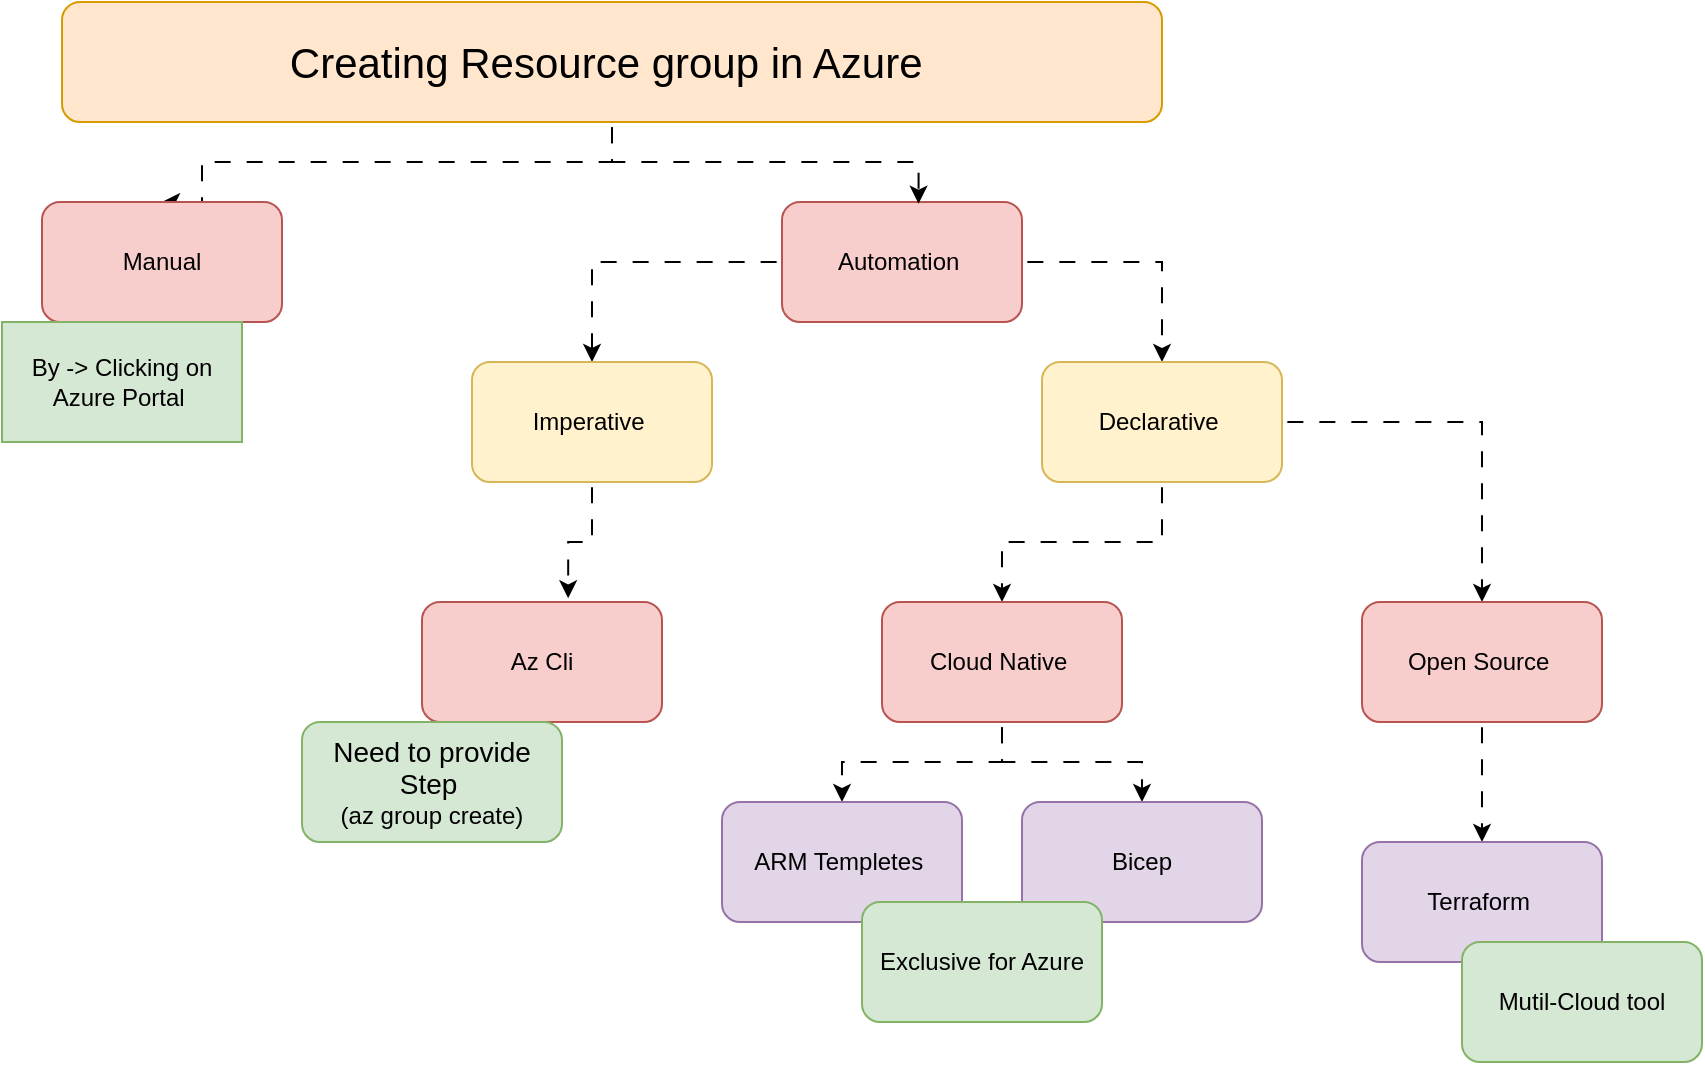
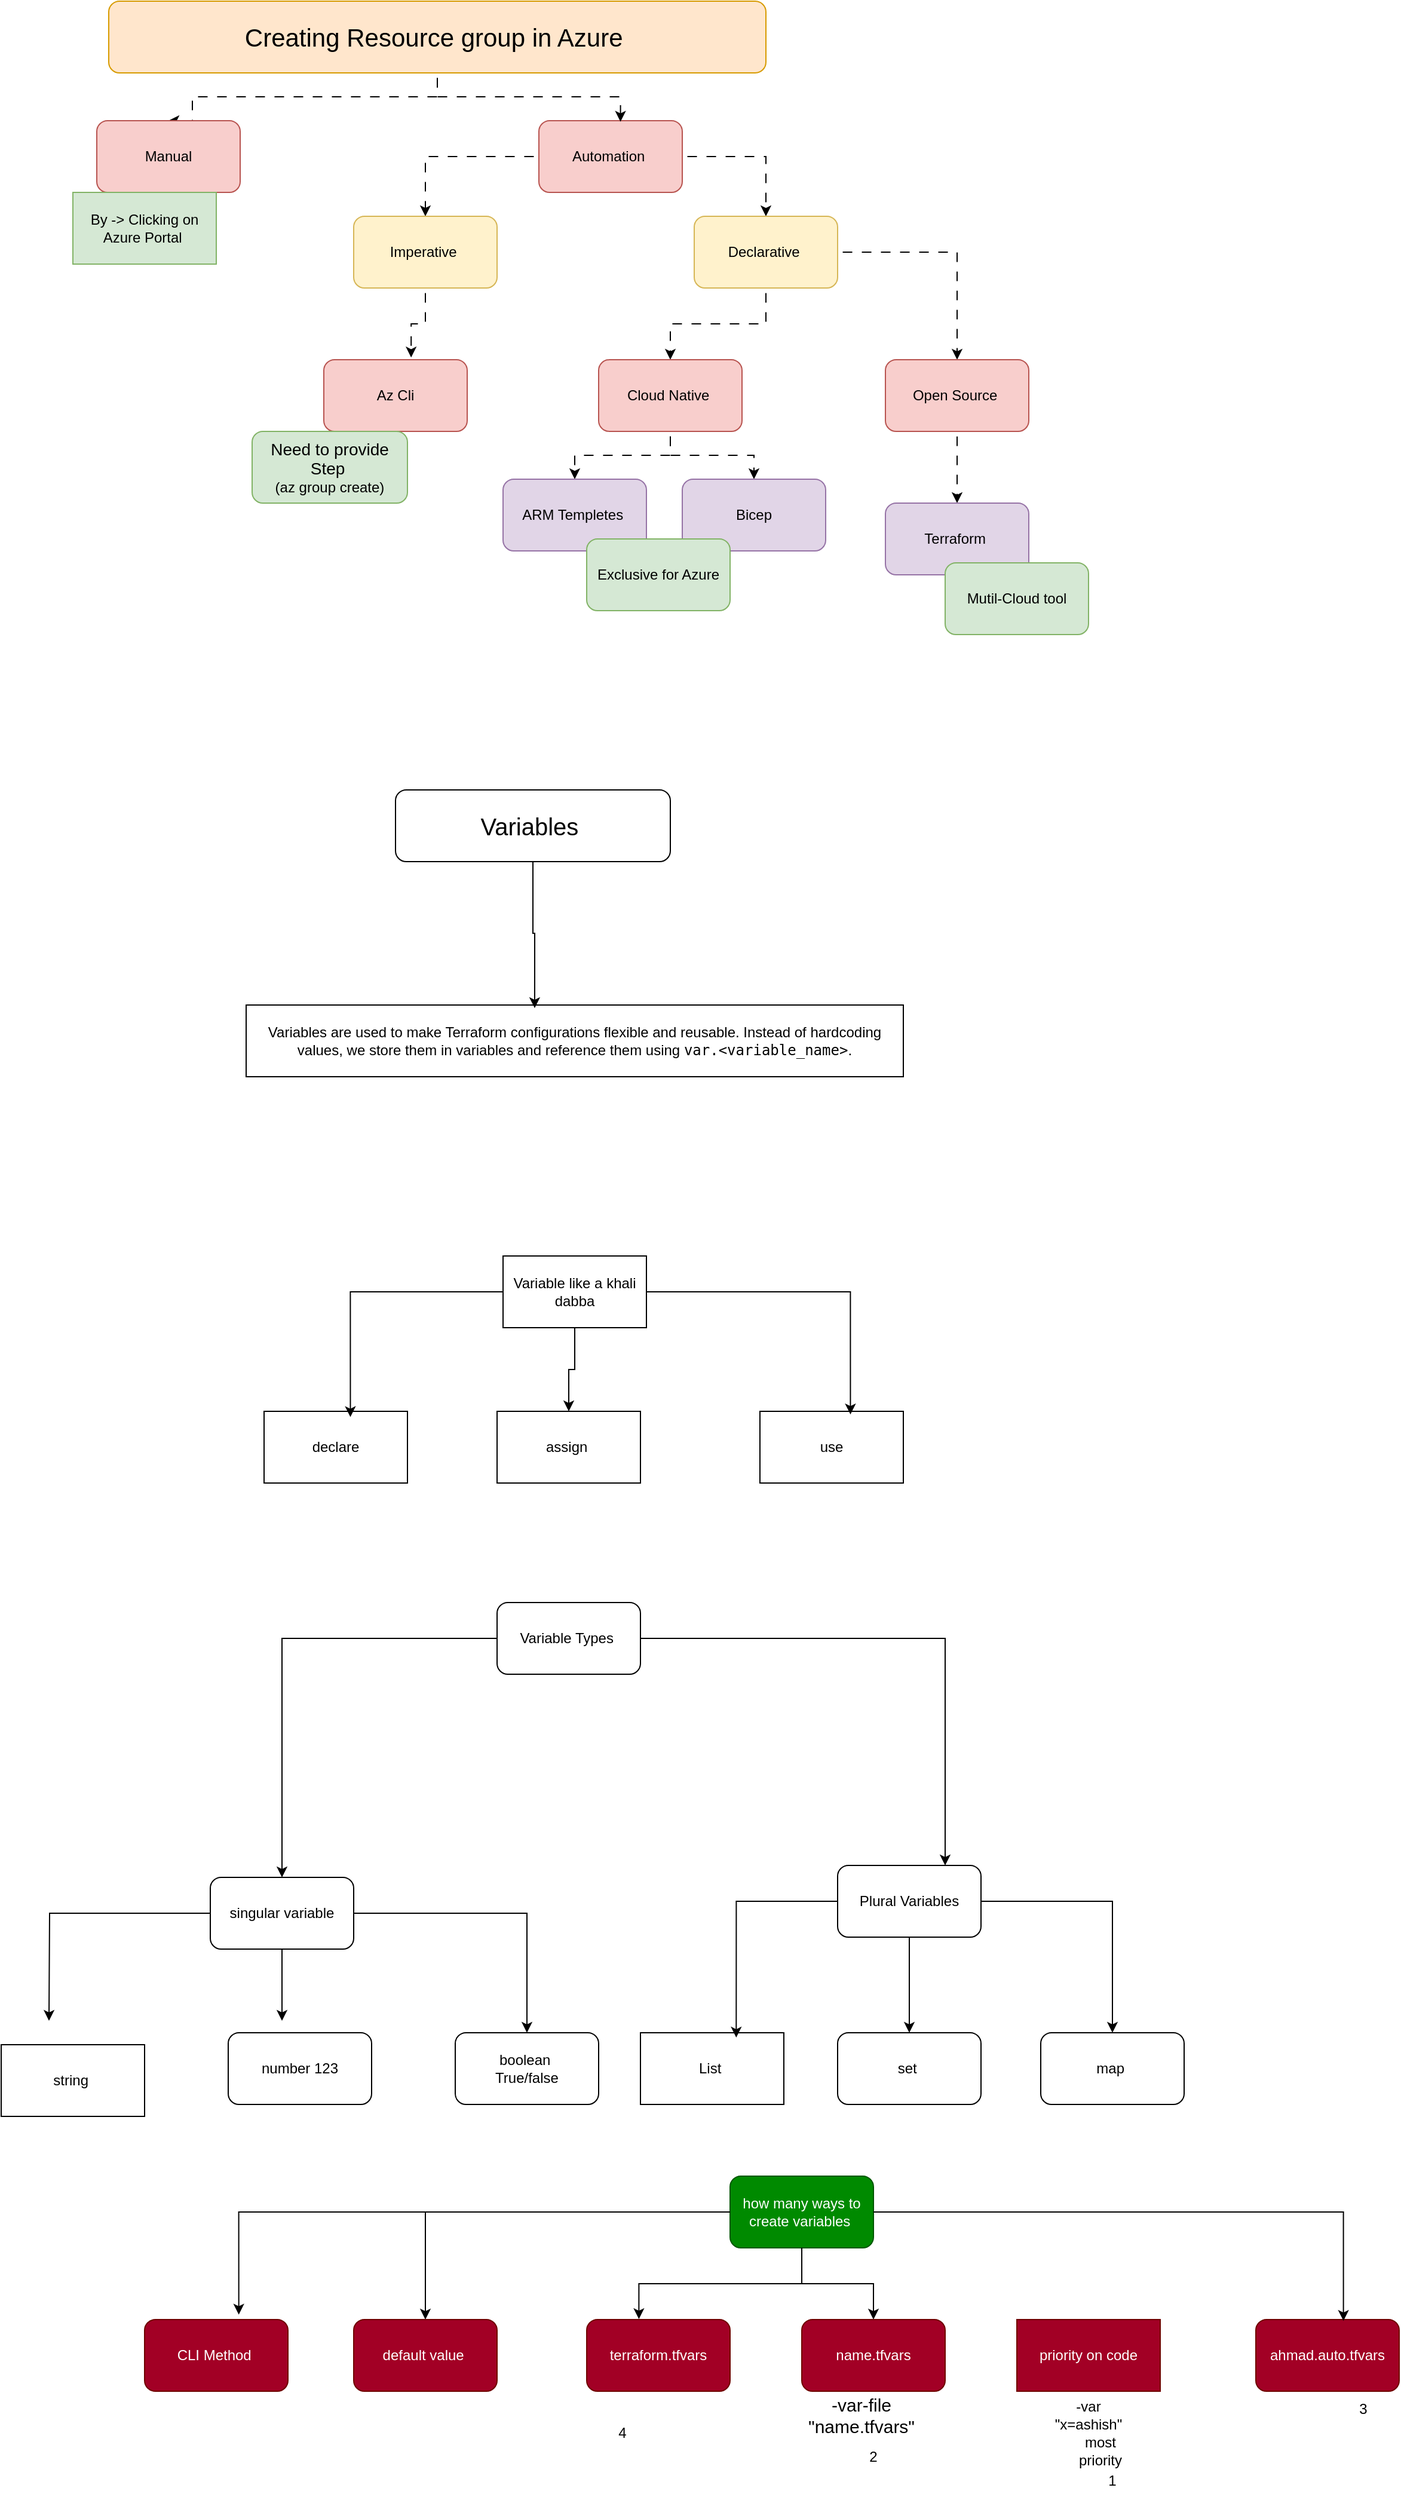
- <mxfile host="Electron" agent="Mozilla/5.0 (Windows NT 10.0; Win64; x64) AppleWebKit/537.36 (KHTML, like Gecko) draw.io/29.6.1 Chrome/142.0.7444.265 Electron/39.8.0 Safari/537.36" version="29.6.1">
+ <mxfile host="Electron" agent="Mozilla/5.0 (Windows NT 10.0; Win64; x64) AppleWebKit/537.36 (KHTML, like Gecko) draw.io/29.6.1 Chrome/142.0.7444.265 Electron/39.8.0 Safari/537.36">
  <diagram name="Page-1" id="t90AbW-xpnwmRSRHiNUB">
-     <mxGraphModel dx="1047" dy="688" grid="1" gridSize="10" guides="1" tooltips="1" connect="1" arrows="1" fold="1" page="1" pageScale="1" pageWidth="850" pageHeight="1100" math="0" shadow="0">
+     <mxGraphModel dx="860" dy="573" grid="1" gridSize="10" guides="1" tooltips="1" connect="1" arrows="1" fold="1" page="1" pageScale="1" pageWidth="850" pageHeight="1100" math="0" shadow="0">
      <root>
        <mxCell id="0" />
        <mxCell id="1" parent="0" />
        <mxCell id="h9ab34tvABGafkXSSzTq-6" edge="1" parent="1" source="h9ab34tvABGafkXSSzTq-3" style="edgeStyle=orthogonalEdgeStyle;rounded=0;orthogonalLoop=1;jettySize=auto;html=1;entryX=0.5;entryY=0;entryDx=0;entryDy=0;flowAnimation=1;" target="h9ab34tvABGafkXSSzTq-4">
          <mxGeometry relative="1" as="geometry">
            <Array as="points">
              <mxPoint x="435" y="260" />
              <mxPoint x="230" y="260" />
              <mxPoint x="230" y="280" />
            </Array>
          </mxGeometry>
        </mxCell>
        <mxCell id="h9ab34tvABGafkXSSzTq-3" parent="1" style="rounded=1;whiteSpace=wrap;html=1;fillColor=#ffe6cc;strokeColor=#d79b00;" value="&lt;font style=&quot;font-size: 21px;&quot;&gt;Creating Resource group in Azure&amp;nbsp;&lt;/font&gt;" vertex="1">
          <mxGeometry height="60" width="550" x="160" y="180" as="geometry" />
        </mxCell>
        <mxCell id="h9ab34tvABGafkXSSzTq-4" parent="1" style="rounded=1;whiteSpace=wrap;html=1;fillColor=#f8cecc;strokeColor=#b85450;" value="Manual" vertex="1">
          <mxGeometry height="60" width="120" x="150" y="280" as="geometry" />
        </mxCell>
        <mxCell id="h9ab34tvABGafkXSSzTq-17" edge="1" parent="1" source="h9ab34tvABGafkXSSzTq-5" style="edgeStyle=orthogonalEdgeStyle;rounded=0;orthogonalLoop=1;jettySize=auto;html=1;flowAnimation=1;" target="h9ab34tvABGafkXSSzTq-9">
          <mxGeometry relative="1" as="geometry" />
        </mxCell>
        <mxCell id="h9ab34tvABGafkXSSzTq-5" parent="1" style="rounded=1;whiteSpace=wrap;html=1;fillColor=#f8cecc;strokeColor=#b85450;" value="Automation&amp;nbsp;" vertex="1">
          <mxGeometry height="60" width="120" x="520" y="280" as="geometry" />
        </mxCell>
        <mxCell id="h9ab34tvABGafkXSSzTq-7" edge="1" parent="1" source="h9ab34tvABGafkXSSzTq-3" style="edgeStyle=orthogonalEdgeStyle;rounded=0;orthogonalLoop=1;jettySize=auto;html=1;entryX=0.569;entryY=0.014;entryDx=0;entryDy=0;entryPerimeter=0;flowAnimation=1;" target="h9ab34tvABGafkXSSzTq-5">
          <mxGeometry relative="1" as="geometry" />
        </mxCell>
        <mxCell id="h9ab34tvABGafkXSSzTq-8" parent="1" style="rounded=0;whiteSpace=wrap;html=1;fillColor=#d5e8d4;strokeColor=#82b366;" value="By -&amp;gt; Clicking on Azure Portal&amp;nbsp;" vertex="1">
          <mxGeometry height="60" width="120" x="130" y="340" as="geometry" />
        </mxCell>
        <mxCell id="h9ab34tvABGafkXSSzTq-9" parent="1" style="rounded=1;whiteSpace=wrap;html=1;fillColor=#fff2cc;strokeColor=#d6b656;" value="Imperative&amp;nbsp;" vertex="1">
          <mxGeometry height="60" width="120" x="365" y="360" as="geometry" />
        </mxCell>
        <mxCell id="h9ab34tvABGafkXSSzTq-21" edge="1" parent="1" source="h9ab34tvABGafkXSSzTq-11" style="edgeStyle=orthogonalEdgeStyle;rounded=0;orthogonalLoop=1;jettySize=auto;html=1;flowAnimation=1;" target="h9ab34tvABGafkXSSzTq-14">
          <mxGeometry relative="1" as="geometry" />
        </mxCell>
        <mxCell id="h9ab34tvABGafkXSSzTq-26" edge="1" parent="1" source="h9ab34tvABGafkXSSzTq-11" style="edgeStyle=orthogonalEdgeStyle;rounded=0;orthogonalLoop=1;jettySize=auto;html=1;flowAnimation=1;" target="h9ab34tvABGafkXSSzTq-25">
          <mxGeometry relative="1" as="geometry" />
        </mxCell>
        <mxCell id="h9ab34tvABGafkXSSzTq-12" parent="1" style="rounded=1;whiteSpace=wrap;html=1;fillColor=#f8cecc;strokeColor=#b85450;" value="Az Cli" vertex="1">
          <mxGeometry height="60" width="120" x="340" y="480" as="geometry" />
        </mxCell>
        <mxCell id="h9ab34tvABGafkXSSzTq-22" edge="1" parent="1" source="h9ab34tvABGafkXSSzTq-14" style="edgeStyle=orthogonalEdgeStyle;rounded=0;orthogonalLoop=1;jettySize=auto;html=1;entryX=0.5;entryY=0;entryDx=0;entryDy=0;flowAnimation=1;" target="h9ab34tvABGafkXSSzTq-15">
          <mxGeometry relative="1" as="geometry" />
        </mxCell>
        <mxCell id="h9ab34tvABGafkXSSzTq-14" parent="1" style="rounded=1;whiteSpace=wrap;html=1;fillColor=#f8cecc;strokeColor=#b85450;" value="Open Source&amp;nbsp;" vertex="1">
          <mxGeometry height="60" width="120" x="810" y="480" as="geometry" />
        </mxCell>
        <mxCell id="h9ab34tvABGafkXSSzTq-15" parent="1" style="rounded=1;whiteSpace=wrap;html=1;fillColor=#e1d5e7;strokeColor=#9673a6;" value="Terraform&amp;nbsp;" vertex="1">
          <mxGeometry height="60" width="120" x="810" y="600" as="geometry" />
        </mxCell>
        <mxCell id="h9ab34tvABGafkXSSzTq-19" edge="1" parent="1" source="h9ab34tvABGafkXSSzTq-9" style="edgeStyle=orthogonalEdgeStyle;rounded=0;orthogonalLoop=1;jettySize=auto;html=1;entryX=0.609;entryY=-0.031;entryDx=0;entryDy=0;entryPerimeter=0;flowAnimation=1;" target="h9ab34tvABGafkXSSzTq-12">
          <mxGeometry relative="1" as="geometry" />
        </mxCell>
        <mxCell id="h9ab34tvABGafkXSSzTq-23" parent="1" style="rounded=1;whiteSpace=wrap;html=1;fillColor=#d5e8d4;strokeColor=#82b366;" value="&lt;font style=&quot;font-size: 14px;&quot;&gt;Need to provide Step&lt;/font&gt;&amp;nbsp;&lt;div&gt;(az group create)&lt;/div&gt;" vertex="1">
          <mxGeometry height="60" width="130" x="280" y="540" as="geometry" />
        </mxCell>
        <mxCell id="h9ab34tvABGafkXSSzTq-29" edge="1" parent="1" source="h9ab34tvABGafkXSSzTq-25" style="edgeStyle=orthogonalEdgeStyle;rounded=0;orthogonalLoop=1;jettySize=auto;html=1;entryX=0.5;entryY=0;entryDx=0;entryDy=0;flowAnimation=1;" target="h9ab34tvABGafkXSSzTq-27">
          <mxGeometry relative="1" as="geometry" />
        </mxCell>
        <mxCell id="h9ab34tvABGafkXSSzTq-30" edge="1" parent="1" source="h9ab34tvABGafkXSSzTq-25" style="edgeStyle=orthogonalEdgeStyle;rounded=0;orthogonalLoop=1;jettySize=auto;html=1;entryX=0.5;entryY=0;entryDx=0;entryDy=0;flowAnimation=1;" target="h9ab34tvABGafkXSSzTq-28">
          <mxGeometry relative="1" as="geometry" />
        </mxCell>
        <mxCell id="h9ab34tvABGafkXSSzTq-25" parent="1" style="rounded=1;whiteSpace=wrap;html=1;fillColor=#f8cecc;strokeColor=#b85450;" value="Cloud Native&amp;nbsp;" vertex="1">
          <mxGeometry height="60" width="120" x="570" y="480" as="geometry" />
        </mxCell>
        <mxCell id="h9ab34tvABGafkXSSzTq-27" parent="1" style="rounded=1;whiteSpace=wrap;html=1;fillColor=#e1d5e7;strokeColor=#9673a6;" value="ARM Templetes&amp;nbsp;" vertex="1">
          <mxGeometry height="60" width="120" x="490" y="580" as="geometry" />
        </mxCell>
        <mxCell id="h9ab34tvABGafkXSSzTq-28" parent="1" style="rounded=1;whiteSpace=wrap;html=1;fillColor=#e1d5e7;strokeColor=#9673a6;" value="Bicep" vertex="1">
          <mxGeometry height="60" width="120" x="640" y="580" as="geometry" />
        </mxCell>
        <mxCell id="h9ab34tvABGafkXSSzTq-31" parent="1" style="rounded=1;whiteSpace=wrap;html=1;fillColor=#d5e8d4;strokeColor=#82b366;" value="Exclusive for Azure" vertex="1">
          <mxGeometry height="60" width="120" x="560" y="630" as="geometry" />
        </mxCell>
        <mxCell id="h9ab34tvABGafkXSSzTq-32" parent="1" style="rounded=1;whiteSpace=wrap;html=1;fillColor=#d5e8d4;strokeColor=#82b366;" value="Mutil-Cloud tool" vertex="1">
          <mxGeometry height="60" width="120" x="860" y="650" as="geometry" />
        </mxCell>
        <mxCell id="h9ab34tvABGafkXSSzTq-33" edge="1" parent="1" source="h9ab34tvABGafkXSSzTq-5" style="edgeStyle=orthogonalEdgeStyle;rounded=0;orthogonalLoop=1;jettySize=auto;html=1;flowAnimation=1;" target="h9ab34tvABGafkXSSzTq-11" value="">
          <mxGeometry relative="1" as="geometry">
            <mxPoint x="640" y="310" as="sourcePoint" />
            <mxPoint x="720" y="430" as="targetPoint" />
          </mxGeometry>
        </mxCell>
        <mxCell id="h9ab34tvABGafkXSSzTq-11" parent="1" style="rounded=1;whiteSpace=wrap;html=1;fillColor=#fff2cc;strokeColor=#d6b656;" value="Declarative&amp;nbsp;" vertex="1">
          <mxGeometry height="60" width="120" x="650" y="360" as="geometry" />
        </mxCell>
+         <mxCell id="_iRdZ2j_IkCnTiHu6vMu-1" parent="1" style="rounded=1;whiteSpace=wrap;html=1;" value="&lt;font style=&quot;font-size: 20px;&quot;&gt;Variables&amp;nbsp;&lt;/font&gt;" vertex="1">
+           <mxGeometry height="60" width="230" x="400" y="840" as="geometry" />
+         </mxCell>
+         <mxCell id="_iRdZ2j_IkCnTiHu6vMu-2" parent="1" style="rounded=0;whiteSpace=wrap;html=1;" value="Variables are used to make Terraform configurations flexible and reusable. Instead of hardcoding values, we store them in variables and reference them using &lt;code data-start=&quot;1993&quot; data-end=&quot;2014&quot;&gt;var.&amp;lt;variable_name&amp;gt;&lt;/code&gt;." vertex="1">
+           <mxGeometry height="60" width="550" x="275" y="1020" as="geometry" />
+         </mxCell>
+         <mxCell id="_iRdZ2j_IkCnTiHu6vMu-3" edge="1" parent="1" source="_iRdZ2j_IkCnTiHu6vMu-1" style="edgeStyle=orthogonalEdgeStyle;rounded=0;orthogonalLoop=1;jettySize=auto;html=1;entryX=0.439;entryY=0.043;entryDx=0;entryDy=0;entryPerimeter=0;" target="_iRdZ2j_IkCnTiHu6vMu-2">
+           <mxGeometry relative="1" as="geometry" />
+         </mxCell>
+         <mxCell id="_iRdZ2j_IkCnTiHu6vMu-9" edge="1" parent="1" source="_iRdZ2j_IkCnTiHu6vMu-4" style="edgeStyle=orthogonalEdgeStyle;rounded=0;orthogonalLoop=1;jettySize=auto;html=1;entryX=0.5;entryY=0;entryDx=0;entryDy=0;" target="_iRdZ2j_IkCnTiHu6vMu-6">
+           <mxGeometry relative="1" as="geometry" />
+         </mxCell>
+         <mxCell id="_iRdZ2j_IkCnTiHu6vMu-4" parent="1" style="rounded=0;whiteSpace=wrap;html=1;" value="Variable like a khali dabba" vertex="1">
+           <mxGeometry height="60" width="120" x="490" y="1230" as="geometry" />
+         </mxCell>
+         <mxCell id="_iRdZ2j_IkCnTiHu6vMu-5" parent="1" style="rounded=0;whiteSpace=wrap;html=1;" value="declare" vertex="1">
+           <mxGeometry height="60" width="120" x="290" y="1360" as="geometry" />
+         </mxCell>
+         <mxCell id="_iRdZ2j_IkCnTiHu6vMu-6" parent="1" style="rounded=0;whiteSpace=wrap;html=1;" value="assign&amp;nbsp;" vertex="1">
+           <mxGeometry height="60" width="120" x="485" y="1360" as="geometry" />
+         </mxCell>
+         <mxCell id="_iRdZ2j_IkCnTiHu6vMu-7" parent="1" style="rounded=0;whiteSpace=wrap;html=1;" value="use" vertex="1">
+           <mxGeometry height="60" width="120" x="705" y="1360" as="geometry" />
+         </mxCell>
+         <mxCell id="_iRdZ2j_IkCnTiHu6vMu-8" edge="1" parent="1" source="_iRdZ2j_IkCnTiHu6vMu-4" style="edgeStyle=orthogonalEdgeStyle;rounded=0;orthogonalLoop=1;jettySize=auto;html=1;entryX=0.602;entryY=0.08;entryDx=0;entryDy=0;entryPerimeter=0;" target="_iRdZ2j_IkCnTiHu6vMu-5">
+           <mxGeometry relative="1" as="geometry" />
+         </mxCell>
+         <mxCell id="_iRdZ2j_IkCnTiHu6vMu-10" edge="1" parent="1" source="_iRdZ2j_IkCnTiHu6vMu-4" style="edgeStyle=orthogonalEdgeStyle;rounded=0;orthogonalLoop=1;jettySize=auto;html=1;entryX=0.631;entryY=0.043;entryDx=0;entryDy=0;entryPerimeter=0;" target="_iRdZ2j_IkCnTiHu6vMu-7">
+           <mxGeometry relative="1" as="geometry" />
+         </mxCell>
+         <mxCell id="_iRdZ2j_IkCnTiHu6vMu-14" edge="1" parent="1" source="_iRdZ2j_IkCnTiHu6vMu-11" style="edgeStyle=orthogonalEdgeStyle;rounded=0;orthogonalLoop=1;jettySize=auto;html=1;" target="_iRdZ2j_IkCnTiHu6vMu-12">
+           <mxGeometry relative="1" as="geometry" />
+         </mxCell>
+         <mxCell id="_iRdZ2j_IkCnTiHu6vMu-15" edge="1" parent="1" source="_iRdZ2j_IkCnTiHu6vMu-11" style="edgeStyle=orthogonalEdgeStyle;rounded=0;orthogonalLoop=1;jettySize=auto;html=1;entryX=0.75;entryY=0;entryDx=0;entryDy=0;" target="_iRdZ2j_IkCnTiHu6vMu-13">
+           <mxGeometry relative="1" as="geometry" />
+         </mxCell>
+         <mxCell id="_iRdZ2j_IkCnTiHu6vMu-11" parent="1" style="rounded=1;whiteSpace=wrap;html=1;" value="Variable Types&amp;nbsp;" vertex="1">
+           <mxGeometry height="60" width="120" x="485" y="1520" as="geometry" />
+         </mxCell>
+         <mxCell id="_iRdZ2j_IkCnTiHu6vMu-19" edge="1" parent="1" source="_iRdZ2j_IkCnTiHu6vMu-12" style="edgeStyle=orthogonalEdgeStyle;rounded=0;orthogonalLoop=1;jettySize=auto;html=1;">
+           <mxGeometry relative="1" as="geometry">
+             <mxPoint x="110" y="1870.0000000000005" as="targetPoint" />
+           </mxGeometry>
+         </mxCell>
+         <mxCell id="_iRdZ2j_IkCnTiHu6vMu-20" edge="1" parent="1" source="_iRdZ2j_IkCnTiHu6vMu-12" style="edgeStyle=orthogonalEdgeStyle;rounded=0;orthogonalLoop=1;jettySize=auto;html=1;">
+           <mxGeometry relative="1" as="geometry">
+             <mxPoint x="305" y="1870.0000000000005" as="targetPoint" />
+           </mxGeometry>
+         </mxCell>
+         <mxCell id="_iRdZ2j_IkCnTiHu6vMu-21" edge="1" parent="1" source="_iRdZ2j_IkCnTiHu6vMu-12" style="edgeStyle=orthogonalEdgeStyle;rounded=0;orthogonalLoop=1;jettySize=auto;html=1;entryX=0.5;entryY=0;entryDx=0;entryDy=0;" target="_iRdZ2j_IkCnTiHu6vMu-18">
+           <mxGeometry relative="1" as="geometry" />
+         </mxCell>
+         <mxCell id="_iRdZ2j_IkCnTiHu6vMu-12" parent="1" style="rounded=1;whiteSpace=wrap;html=1;" value="singular variable" vertex="1">
+           <mxGeometry height="60" width="120" x="245" y="1750" as="geometry" />
+         </mxCell>
+         <mxCell id="_iRdZ2j_IkCnTiHu6vMu-27" edge="1" parent="1" source="_iRdZ2j_IkCnTiHu6vMu-13" style="edgeStyle=orthogonalEdgeStyle;rounded=0;orthogonalLoop=1;jettySize=auto;html=1;entryX=0.5;entryY=0;entryDx=0;entryDy=0;" target="_iRdZ2j_IkCnTiHu6vMu-24">
+           <mxGeometry relative="1" as="geometry" />
+         </mxCell>
+         <mxCell id="_iRdZ2j_IkCnTiHu6vMu-28" edge="1" parent="1" source="_iRdZ2j_IkCnTiHu6vMu-13" style="edgeStyle=orthogonalEdgeStyle;rounded=0;orthogonalLoop=1;jettySize=auto;html=1;entryX=0.5;entryY=0;entryDx=0;entryDy=0;" target="_iRdZ2j_IkCnTiHu6vMu-25">
+           <mxGeometry relative="1" as="geometry" />
+         </mxCell>
+         <mxCell id="_iRdZ2j_IkCnTiHu6vMu-13" parent="1" style="rounded=1;whiteSpace=wrap;html=1;" value="Plural Variables" vertex="1">
+           <mxGeometry height="60" width="120" x="770" y="1740" as="geometry" />
+         </mxCell>
+         <mxCell id="_iRdZ2j_IkCnTiHu6vMu-16" parent="1" style="rounded=0;whiteSpace=wrap;html=1;" value="string&amp;nbsp;" vertex="1">
+           <mxGeometry height="60" width="120" x="70" y="1890" as="geometry" />
+         </mxCell>
+         <mxCell id="_iRdZ2j_IkCnTiHu6vMu-17" parent="1" style="rounded=1;whiteSpace=wrap;html=1;" value="number 123" vertex="1">
+           <mxGeometry height="60" width="120" x="260" y="1880" as="geometry" />
+         </mxCell>
+         <mxCell id="_iRdZ2j_IkCnTiHu6vMu-18" parent="1" style="rounded=1;whiteSpace=wrap;html=1;" value="boolean&amp;nbsp;&lt;div&gt;True/false&lt;/div&gt;" vertex="1">
+           <mxGeometry height="60" width="120" x="450" y="1880" as="geometry" />
+         </mxCell>
+         <mxCell id="_iRdZ2j_IkCnTiHu6vMu-22" parent="1" style="rounded=0;whiteSpace=wrap;html=1;" value="List&amp;nbsp;" vertex="1">
+           <mxGeometry height="60" width="120" x="605" y="1880" as="geometry" />
+         </mxCell>
+         <mxCell id="_iRdZ2j_IkCnTiHu6vMu-24" parent="1" style="rounded=1;whiteSpace=wrap;html=1;" value="set&amp;nbsp;" vertex="1">
+           <mxGeometry height="60" width="120" x="770" y="1880" as="geometry" />
+         </mxCell>
+         <mxCell id="_iRdZ2j_IkCnTiHu6vMu-25" parent="1" style="rounded=1;whiteSpace=wrap;html=1;" value="map&amp;nbsp;" vertex="1">
+           <mxGeometry height="60" width="120" x="940" y="1880" as="geometry" />
+         </mxCell>
+         <mxCell id="_iRdZ2j_IkCnTiHu6vMu-26" edge="1" parent="1" source="_iRdZ2j_IkCnTiHu6vMu-13" style="edgeStyle=orthogonalEdgeStyle;rounded=0;orthogonalLoop=1;jettySize=auto;html=1;entryX=0.668;entryY=0.067;entryDx=0;entryDy=0;entryPerimeter=0;" target="_iRdZ2j_IkCnTiHu6vMu-22">
+           <mxGeometry relative="1" as="geometry" />
+         </mxCell>
+         <mxCell id="hyzMO6gujZrW2K4CBp1J-5" edge="1" parent="1" source="_iRdZ2j_IkCnTiHu6vMu-29" style="edgeStyle=orthogonalEdgeStyle;rounded=0;orthogonalLoop=1;jettySize=auto;html=1;entryX=0.5;entryY=0;entryDx=0;entryDy=0;" target="_iRdZ2j_IkCnTiHu6vMu-31">
+           <mxGeometry relative="1" as="geometry" />
+         </mxCell>
+         <mxCell id="hyzMO6gujZrW2K4CBp1J-7" edge="1" parent="1" source="_iRdZ2j_IkCnTiHu6vMu-29" style="edgeStyle=orthogonalEdgeStyle;rounded=0;orthogonalLoop=1;jettySize=auto;html=1;entryX=0.5;entryY=0;entryDx=0;entryDy=0;" target="hyzMO6gujZrW2K4CBp1J-2">
+           <mxGeometry relative="1" as="geometry" />
+         </mxCell>
+         <mxCell id="_iRdZ2j_IkCnTiHu6vMu-29" parent="1" style="rounded=1;whiteSpace=wrap;html=1;fillColor=#008a00;fontColor=#ffffff;strokeColor=#005700;" value="how many ways to create variables&amp;nbsp;" vertex="1">
+           <mxGeometry height="60" width="120" x="680" y="2000" as="geometry" />
+         </mxCell>
+         <mxCell id="_iRdZ2j_IkCnTiHu6vMu-30" parent="1" style="rounded=1;whiteSpace=wrap;html=1;fillColor=#a20025;fontColor=#ffffff;strokeColor=#6F0000;" value="CLI Method&amp;nbsp;" vertex="1">
+           <mxGeometry height="60" width="120" x="190" y="2120" as="geometry" />
+         </mxCell>
+         <mxCell id="_iRdZ2j_IkCnTiHu6vMu-31" parent="1" style="rounded=1;whiteSpace=wrap;html=1;fillColor=#a20025;fontColor=#ffffff;strokeColor=#6F0000;" value="default value&amp;nbsp;" vertex="1">
+           <mxGeometry height="60" width="120" x="365" y="2120" as="geometry" />
+         </mxCell>
+         <mxCell id="hyzMO6gujZrW2K4CBp1J-1" parent="1" style="rounded=1;whiteSpace=wrap;html=1;fillColor=#a20025;fontColor=#ffffff;strokeColor=#6F0000;" value="terraform.tfvars" vertex="1">
+           <mxGeometry height="60" width="120" x="560" y="2120" as="geometry" />
+         </mxCell>
+         <mxCell id="hyzMO6gujZrW2K4CBp1J-2" parent="1" style="rounded=1;whiteSpace=wrap;html=1;fillColor=#a20025;fontColor=#ffffff;strokeColor=#6F0000;" value="name.tfvars" vertex="1">
+           <mxGeometry height="60" width="120" x="740" y="2120" as="geometry" />
+         </mxCell>
+         <mxCell id="hyzMO6gujZrW2K4CBp1J-3" parent="1" style="rounded=1;whiteSpace=wrap;html=1;fillColor=#a20025;fontColor=#ffffff;strokeColor=#6F0000;" value="ahmad.auto.tfvars" vertex="1">
+           <mxGeometry height="60" width="120" x="1120" y="2120" as="geometry" />
+         </mxCell>
+         <mxCell id="hyzMO6gujZrW2K4CBp1J-4" edge="1" parent="1" source="_iRdZ2j_IkCnTiHu6vMu-29" style="edgeStyle=orthogonalEdgeStyle;rounded=0;orthogonalLoop=1;jettySize=auto;html=1;entryX=0.657;entryY=-0.069;entryDx=0;entryDy=0;entryPerimeter=0;" target="_iRdZ2j_IkCnTiHu6vMu-30">
+           <mxGeometry relative="1" as="geometry" />
+         </mxCell>
+         <mxCell id="hyzMO6gujZrW2K4CBp1J-6" edge="1" parent="1" source="_iRdZ2j_IkCnTiHu6vMu-29" style="edgeStyle=orthogonalEdgeStyle;rounded=0;orthogonalLoop=1;jettySize=auto;html=1;entryX=0.364;entryY=-0.007;entryDx=0;entryDy=0;entryPerimeter=0;" target="hyzMO6gujZrW2K4CBp1J-1">
+           <mxGeometry relative="1" as="geometry" />
+         </mxCell>
+         <mxCell id="hyzMO6gujZrW2K4CBp1J-8" edge="1" parent="1" source="_iRdZ2j_IkCnTiHu6vMu-29" style="edgeStyle=orthogonalEdgeStyle;rounded=0;orthogonalLoop=1;jettySize=auto;html=1;entryX=0.611;entryY=0.018;entryDx=0;entryDy=0;entryPerimeter=0;" target="hyzMO6gujZrW2K4CBp1J-3">
+           <mxGeometry relative="1" as="geometry" />
+         </mxCell>
+         <mxCell id="hyzMO6gujZrW2K4CBp1J-9" parent="1" style="text;html=1;whiteSpace=wrap;strokeColor=none;fillColor=none;align=center;verticalAlign=middle;rounded=0;" value="&lt;font style=&quot;font-size: 15px;&quot;&gt;-var-file &quot;name.tfvars&quot;&lt;/font&gt;" vertex="1">
+           <mxGeometry height="40" width="60" x="760" y="2180" as="geometry" />
+         </mxCell>
+         <mxCell id="hyzMO6gujZrW2K4CBp1J-10" parent="1" style="rounded=0;whiteSpace=wrap;html=1;fillColor=#a20025;fontColor=#ffffff;strokeColor=#6F0000;" value="priority on code" vertex="1">
+           <mxGeometry height="60" width="120" x="920" y="2120" as="geometry" />
+         </mxCell>
+         <mxCell id="hyzMO6gujZrW2K4CBp1J-11" parent="1" style="text;html=1;whiteSpace=wrap;strokeColor=none;fillColor=none;align=center;verticalAlign=middle;rounded=0;" value="-var &quot;x=ashish&quot;" vertex="1">
+           <mxGeometry height="30" width="60" x="950" y="2185" as="geometry" />
+         </mxCell>
+         <mxCell id="hyzMO6gujZrW2K4CBp1J-13" parent="1" style="text;html=1;whiteSpace=wrap;strokeColor=none;fillColor=none;align=center;verticalAlign=middle;rounded=0;" value="most priority" vertex="1">
+           <mxGeometry height="30" width="60" x="960" y="2215" as="geometry" />
+         </mxCell>
+         <mxCell id="hyzMO6gujZrW2K4CBp1J-14" parent="1" style="text;html=1;whiteSpace=wrap;strokeColor=none;fillColor=none;align=center;verticalAlign=middle;rounded=0;" value="1" vertex="1">
+           <mxGeometry height="30" width="60" x="970" y="2240" as="geometry" />
+         </mxCell>
+         <mxCell id="hyzMO6gujZrW2K4CBp1J-15" parent="1" style="text;html=1;whiteSpace=wrap;strokeColor=none;fillColor=none;align=center;verticalAlign=middle;rounded=0;" value="2" vertex="1">
+           <mxGeometry height="30" width="60" x="770" y="2220" as="geometry" />
+         </mxCell>
+         <mxCell id="hyzMO6gujZrW2K4CBp1J-16" parent="1" style="text;html=1;whiteSpace=wrap;strokeColor=none;fillColor=none;align=center;verticalAlign=middle;rounded=0;" value="3" vertex="1">
+           <mxGeometry height="30" width="60" x="1180" y="2180" as="geometry" />
+         </mxCell>
+         <mxCell id="hyzMO6gujZrW2K4CBp1J-17" parent="1" style="text;html=1;whiteSpace=wrap;strokeColor=none;fillColor=none;align=center;verticalAlign=middle;rounded=0;" value="4" vertex="1">
+           <mxGeometry height="30" width="60" x="560" y="2200" as="geometry" />
+         </mxCell>
      </root>
    </mxGraphModel>
  </diagram>
</mxfile>
